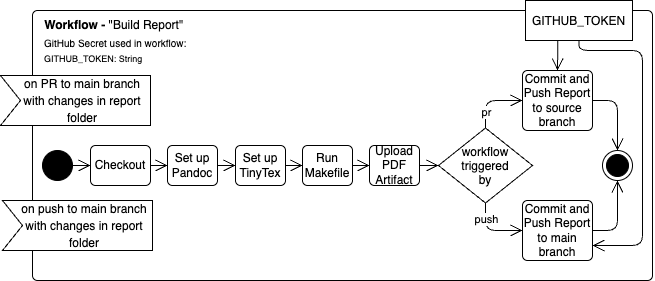
ITU-DevOps2026/ITU-minitwit keeps this draw.io diagram as report/images/report_pipeline.png. Above is the earlier version. Source tidied: cells renumbered, new cells last; positions are measured from the earlier drawing's top-left corner, leaving out a move shared by most shapes.
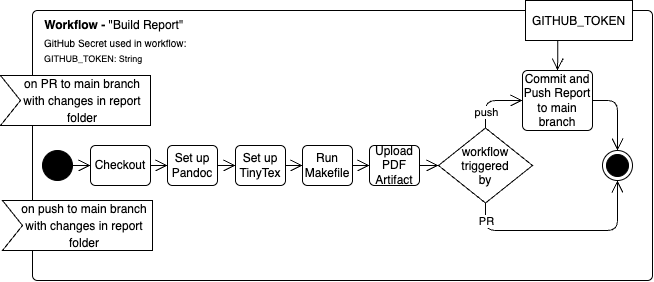
The same diagram one commit later.

Commit message:
fix report workflow diagram

fix figure references in section

Diff of the diagram source:
```diff
@@ -41,16 +41,13 @@
     <mxCell id="14" value="Upload PDF Artifact" style="html=1;align=center;verticalAlign=middle;rounded=1;absoluteArcSize=1;arcSize=10;dashed=0;whiteSpace=wrap;" parent="1" vertex="1">
       <mxGeometry x="369" y="145" width="50" height="40" as="geometry" />
     </mxCell>
-    <mxCell id="15" value="Commit and Push Report to main branch" style="html=1;align=center;verticalAlign=middle;rounded=1;absoluteArcSize=1;arcSize=10;dashed=0;whiteSpace=wrap;" parent="1" vertex="1">
-      <mxGeometry x="522" y="200" width="70" height="60" as="geometry" />
-    </mxCell>
-    <mxCell id="16" value="Commit and Push Report to source branch" style="html=1;align=center;verticalAlign=middle;rounded=1;absoluteArcSize=1;arcSize=10;dashed=0;whiteSpace=wrap;" parent="1" vertex="1">
+    <mxCell id="16" value="Commit and Push Report to main branch" style="html=1;align=center;verticalAlign=middle;rounded=1;absoluteArcSize=1;arcSize=10;dashed=0;whiteSpace=wrap;" parent="1" vertex="1">
       <mxGeometry x="522" y="70" width="70" height="60" as="geometry" />
     </mxCell>
     <mxCell id="17" style="edgeStyle=orthogonalEdgeStyle;html=1;entryX=0;entryY=0.5;entryDx=0;entryDy=0;endArrow=open;endFill=0;endSize=10;" parent="1" edge="1" source="19" target="16">
       <mxGeometry relative="1" as="geometry" />
     </mxCell>
-    <mxCell id="18" value="pr" style="edgeLabel;html=1;align=center;verticalAlign=middle;" parent="17" vertex="1">
+    <mxCell id="18" value="push" style="edgeLabel;html=1;align=center;verticalAlign=middle;" parent="17" vertex="1">
       <mxGeometry x="-0.49" relative="1" as="geometry" />
     </mxCell>
     <mxCell id="19" value="workflow &#10;triggered &#10;by" style="rhombus;" parent="1" vertex="1">
@@ -68,19 +65,19 @@
     <mxCell id="23" style="edgeStyle=none;html=1;exitX=1;exitY=0.5;exitDx=0;exitDy=0;entryX=0;entryY=0.5;entryDx=0;entryDy=0;endArrow=open;endFill=0;strokeWidth=1;startSize=6;endSize=10;" parent="1" edge="1" source="14" target="19">
       <mxGeometry relative="1" as="geometry" />
     </mxCell>
-    <mxCell id="24" style="edgeStyle=orthogonalEdgeStyle;html=1;exitX=0.5;exitY=1;exitDx=0;exitDy=0;entryX=0;entryY=0.5;entryDx=0;entryDy=0;endArrow=open;endFill=0;endSize=10;" parent="1" edge="1" source="19" target="15">
-      <mxGeometry relative="1" as="geometry" />
+    <mxCell id="24" style="edgeStyle=orthogonalEdgeStyle;html=1;exitX=0.5;exitY=1;exitDx=0;exitDy=0;entryX=0.5;entryY=1;entryDx=0;entryDy=0;endArrow=open;endFill=0;endSize=10;" parent="1" edge="1" source="19" target="3">
+      <mxGeometry relative="1" as="geometry">
+        <Array as="points">
+          <mxPoint x="485" y="230" />
+          <mxPoint x="617" y="230" />
+        </Array>
+      </mxGeometry>
     </mxCell>
-    <mxCell id="25" value="push" style="edgeLabel;html=1;align=center;verticalAlign=middle;" parent="24" vertex="1">
-      <mxGeometry x="-0.49" relative="1" as="geometry" />
+    <mxCell id="25" value="PR" style="edgeLabel;html=1;align=center;verticalAlign=middle;" parent="24" vertex="1">
+      <mxGeometry x="-0.49" relative="1" as="geometry">
+        <mxPoint x="-26" y="-10" as="offset" />
+      </mxGeometry>
     </mxCell>
-    <mxCell id="26" style="edgeStyle=orthogonalEdgeStyle;html=1;exitX=1;exitY=0.5;exitDx=0;exitDy=0;entryX=0.5;entryY=1;entryDx=0;entryDy=0;endArrow=open;endFill=0;endSize=10;" parent="1" edge="1" source="15" target="3">
-      <mxGeometry relative="1" as="geometry">
-        <Array as="points">
-          <mxPoint x="617" y="230" />
-        </Array>
-      </mxGeometry>
-    </mxCell>
     <mxCell id="27" style="edgeStyle=orthogonalEdgeStyle;html=1;exitX=1;exitY=0.5;exitDx=0;exitDy=0;entryX=0.5;entryY=0;entryDx=0;entryDy=0;endArrow=open;endFill=0;endSize=10;" parent="1" edge="1" source="16" target="3">
       <mxGeometry relative="1" as="geometry">
         <Array as="points">
@@ -94,15 +91,6 @@
     <mxCell id="29" value="&lt;div style=&quot;background-color: rgb(255, 255, 255); line-height: 18px; white-space: pre;&quot;&gt;&lt;font style=&quot;color: rgb(0, 0, 0);&quot;&gt;GITHUB_TOKEN&lt;/font&gt;&lt;/div&gt;" style="rounded=0;whiteSpace=wrap;html=1;" parent="1" vertex="1">
       <mxGeometry x="525" width="107" height="40" as="geometry" />
     </mxCell>
-    <mxCell id="30" style="edgeStyle=orthogonalEdgeStyle;html=1;exitX=0.5;exitY=1;exitDx=0;exitDy=0;entryX=1;entryY=0.75;entryDx=0;entryDy=0;endArrow=open;endFill=0;endSize=10;" parent="1" edge="1" source="29" target="15">
-      <mxGeometry relative="1" as="geometry">
-        <Array as="points">
-          <mxPoint x="579" y="50" />
-          <mxPoint x="642" y="50" />
-          <mxPoint x="642" y="245" />
-        </Array>
-      </mxGeometry>
-    </mxCell>
     <mxCell id="31" style="edgeStyle=orthogonalEdgeStyle;html=1;exitX=0.301;exitY=1.006;exitDx=0;exitDy=0;entryX=0.5;entryY=0;entryDx=0;entryDy=0;endArrow=open;endFill=0;endSize=10;exitPerimeter=0;" parent="1" edge="1" source="29" target="16">
       <mxGeometry relative="1" as="geometry" />
     </mxCell>
```
